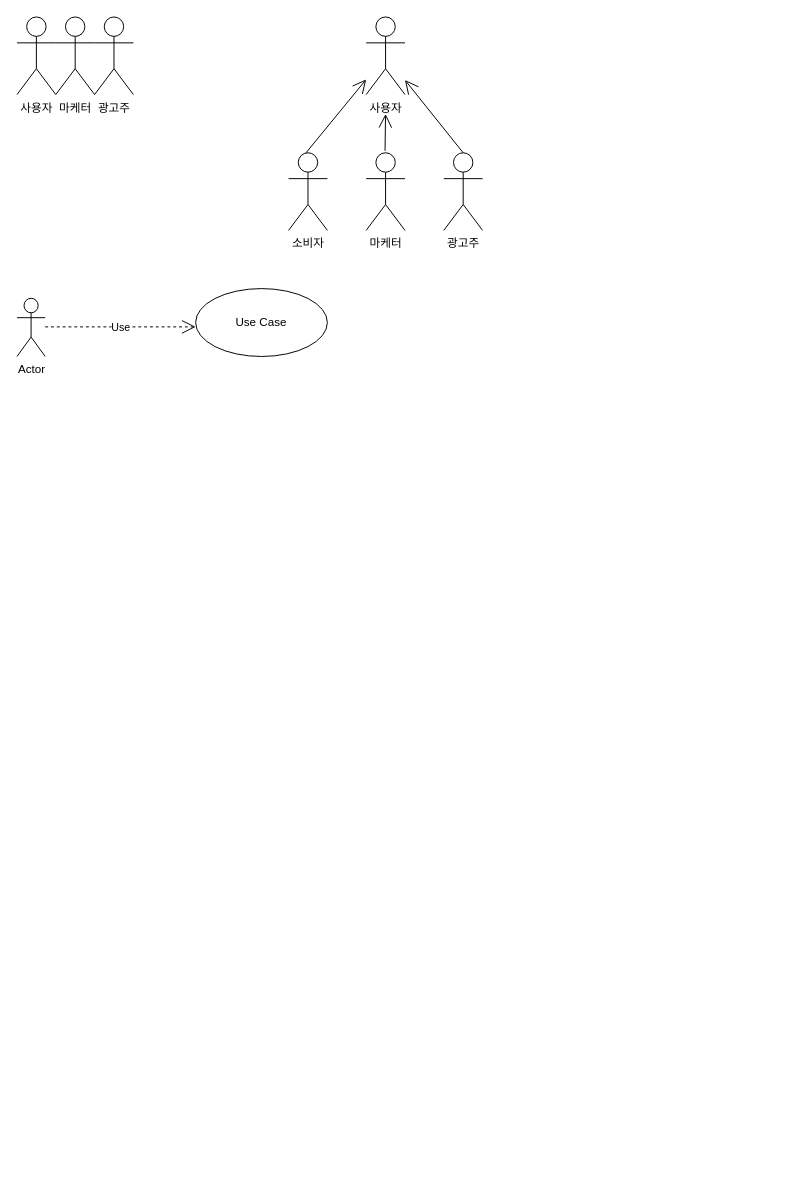
The draw.io diagram Untitled Diagram.drawio in LEESEONGBOK1214/LSB-Files, before the edit. Source tidied: cells renumbered, new cells numbered last; positions are measured from the earlier drawing's top-left corner, leaving out a move shared by most shapes. Both pictures are drawn from the tidied source at 97%, with x=0, y=0 at pixel (16, 16).
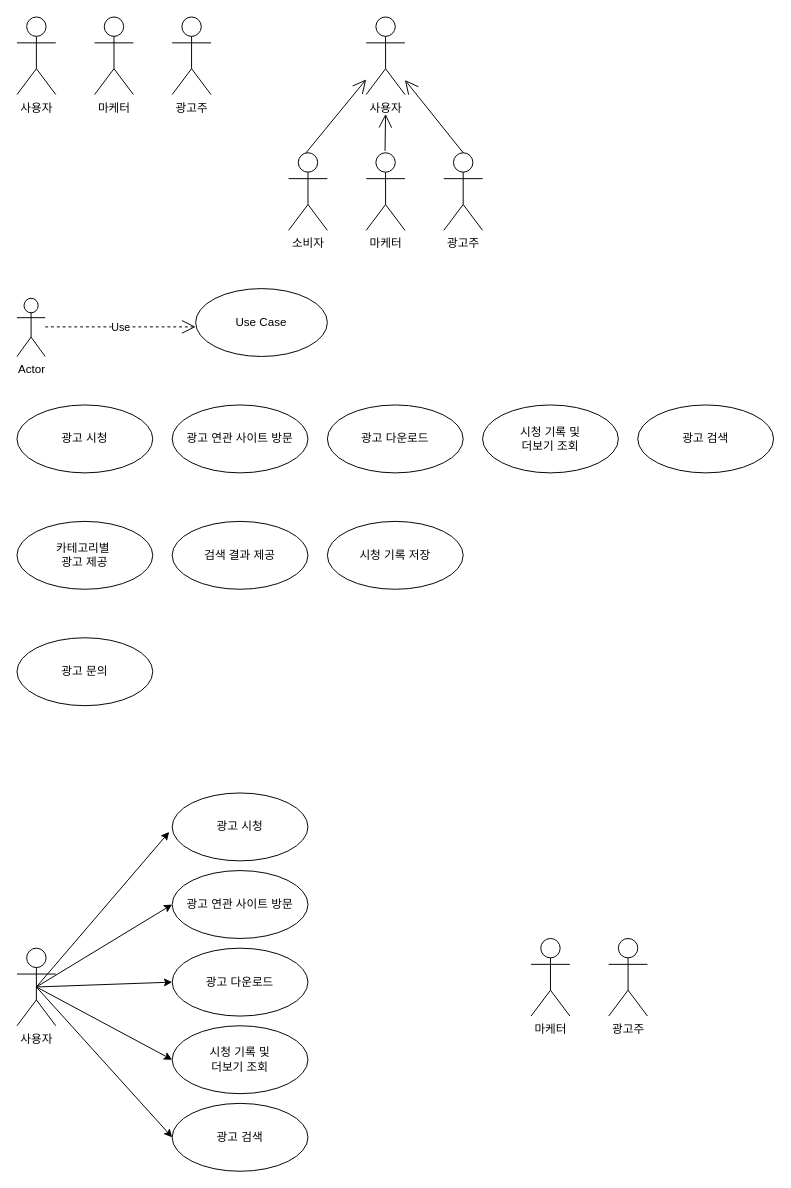
The same page after the edit.

Commit message:
유스케이스 다이어그램 작성.drawio

Change to the diagram source:
```diff
@@
     <mxCell id="3" value="광고주" style="shape=umlActor;verticalLabelPosition=bottom;verticalAlign=top;html=1;" parent="1" vertex="1">
-      <mxGeometry x="80" width="40" height="80" as="geometry" />
+      <mxGeometry x="160" width="40" height="80" as="geometry" />
     </mxCell>
     <mxCell id="4" value="마케터" style="shape=umlActor;verticalLabelPosition=bottom;verticalAlign=top;html=1;" parent="1" vertex="1">
-      <mxGeometry x="40" width="40" height="80" as="geometry" />
+      <mxGeometry x="80" width="40" height="80" as="geometry" />
     </mxCell>
@@
+    <mxCell id="16" value="광고 시청" style="ellipse;whiteSpace=wrap;html=1;" parent="1" vertex="1">
+      <mxGeometry y="400" width="140" height="70" as="geometry" />
+    </mxCell>
+    <mxCell id="17" value="광고 다운로드" style="ellipse;whiteSpace=wrap;html=1;" parent="1" vertex="1">
+      <mxGeometry x="320" y="400" width="140" height="70" as="geometry" />
+    </mxCell>
+    <mxCell id="18" value="광고 검색" style="ellipse;whiteSpace=wrap;html=1;" parent="1" vertex="1">
+      <mxGeometry x="640" y="400" width="140" height="70" as="geometry" />
+    </mxCell>
+    <mxCell id="19" value="광고 연관 사이트 방문" style="ellipse;whiteSpace=wrap;html=1;" parent="1" vertex="1">
+      <mxGeometry x="160" y="400" width="140" height="70" as="geometry" />
+    </mxCell>
+    <mxCell id="20" value="시청 기록 및 &lt;br&gt;더보기 조회" style="ellipse;whiteSpace=wrap;html=1;" parent="1" vertex="1">
+      <mxGeometry x="480" y="400" width="140" height="70" as="geometry" />
+    </mxCell>
+    <mxCell id="21" value="카테고리별&amp;nbsp;&lt;br&gt;광고 제공" style="ellipse;whiteSpace=wrap;html=1;" parent="1" vertex="1">
+      <mxGeometry y="520" width="140" height="70" as="geometry" />
+    </mxCell>
+    <mxCell id="22" value="광고 문의" style="ellipse;whiteSpace=wrap;html=1;" parent="1" vertex="1">
+      <mxGeometry y="640" width="140" height="70" as="geometry" />
+    </mxCell>
+    <mxCell id="23" value="검색 결과 제공" style="ellipse;whiteSpace=wrap;html=1;" parent="1" vertex="1">
+      <mxGeometry x="160" y="520" width="140" height="70" as="geometry" />
+    </mxCell>
+    <mxCell id="24" value="시청 기록 저장" style="ellipse;whiteSpace=wrap;html=1;" parent="1" vertex="1">
+      <mxGeometry x="320" y="520" width="140" height="70" as="geometry" />
+    </mxCell>
+    <mxCell id="25" value="사용자" style="shape=umlActor;verticalLabelPosition=bottom;verticalAlign=top;html=1;" parent="1" vertex="1">
+      <mxGeometry y="960" width="40" height="80" as="geometry" />
+    </mxCell>
+    <mxCell id="26" value="마케터" style="shape=umlActor;verticalLabelPosition=bottom;verticalAlign=top;html=1;" parent="1" vertex="1">
+      <mxGeometry x="530" y="950" width="40" height="80" as="geometry" />
+    </mxCell>
+    <mxCell id="27" value="광고주" style="shape=umlActor;verticalLabelPosition=bottom;verticalAlign=top;html=1;" parent="1" vertex="1">
+      <mxGeometry x="610" y="950" width="40" height="80" as="geometry" />
+    </mxCell>
+    <mxCell id="28" value="광고 시청" style="ellipse;whiteSpace=wrap;html=1;" parent="1" vertex="1">
+      <mxGeometry x="160" y="800" width="140" height="70" as="geometry" />
+    </mxCell>
+    <mxCell id="29" value="광고 다운로드" style="ellipse;whiteSpace=wrap;html=1;" parent="1" vertex="1">
+      <mxGeometry x="160" y="960" width="140" height="70" as="geometry" />
+    </mxCell>
+    <mxCell id="30" value="광고 검색" style="ellipse;whiteSpace=wrap;html=1;" parent="1" vertex="1">
+      <mxGeometry x="160" y="1120" width="140" height="70" as="geometry" />
+    </mxCell>
+    <mxCell id="31" value="광고 연관 사이트 방문" style="ellipse;whiteSpace=wrap;html=1;" parent="1" vertex="1">
+      <mxGeometry x="160" y="880" width="140" height="70" as="geometry" />
+    </mxCell>
+    <mxCell id="32" value="시청 기록 및 &lt;br&gt;더보기 조회" style="ellipse;whiteSpace=wrap;html=1;" parent="1" vertex="1">
+      <mxGeometry x="160" y="1040" width="140" height="70" as="geometry" />
+    </mxCell>
+    <mxCell id="33" style="endArrow=classic;html=1;entryX=-0.022;entryY=0.574;entryDx=0;entryDy=0;entryPerimeter=0;" parent="1" edge="1" target="28">
+      <mxGeometry relative="1" as="geometry">
+        <mxPoint x="20" y="1000" as="sourcePoint" />
+      </mxGeometry>
+    </mxCell>
+    <mxCell id="34" style="endArrow=classic;html=1;entryX=0;entryY=0.5;entryDx=0;entryDy=0;exitX=0.5;exitY=0.5;exitDx=0;exitDy=0;exitPerimeter=0;" parent="1" edge="1" source="25" target="31">
+      <mxGeometry relative="1" as="geometry" />
+    </mxCell>
+    <mxCell id="35" style="endArrow=classic;html=1;entryX=0;entryY=0.5;entryDx=0;entryDy=0;exitX=0.5;exitY=0.5;exitDx=0;exitDy=0;exitPerimeter=0;" parent="1" edge="1" source="25" target="29">
+      <mxGeometry relative="1" as="geometry" />
+    </mxCell>
+    <mxCell id="36" style="endArrow=classic;html=1;entryX=0;entryY=0.5;entryDx=0;entryDy=0;exitX=0.5;exitY=0.5;exitDx=0;exitDy=0;exitPerimeter=0;" parent="1" edge="1" source="25" target="32">
+      <mxGeometry relative="1" as="geometry" />
+    </mxCell>
+    <mxCell id="37" style="endArrow=classic;html=1;entryX=0;entryY=0.5;entryDx=0;entryDy=0;exitX=0.5;exitY=0.5;exitDx=0;exitDy=0;exitPerimeter=0;" parent="1" edge="1" source="25" target="30">
+      <mxGeometry relative="1" as="geometry" />
+    </mxCell>
```
